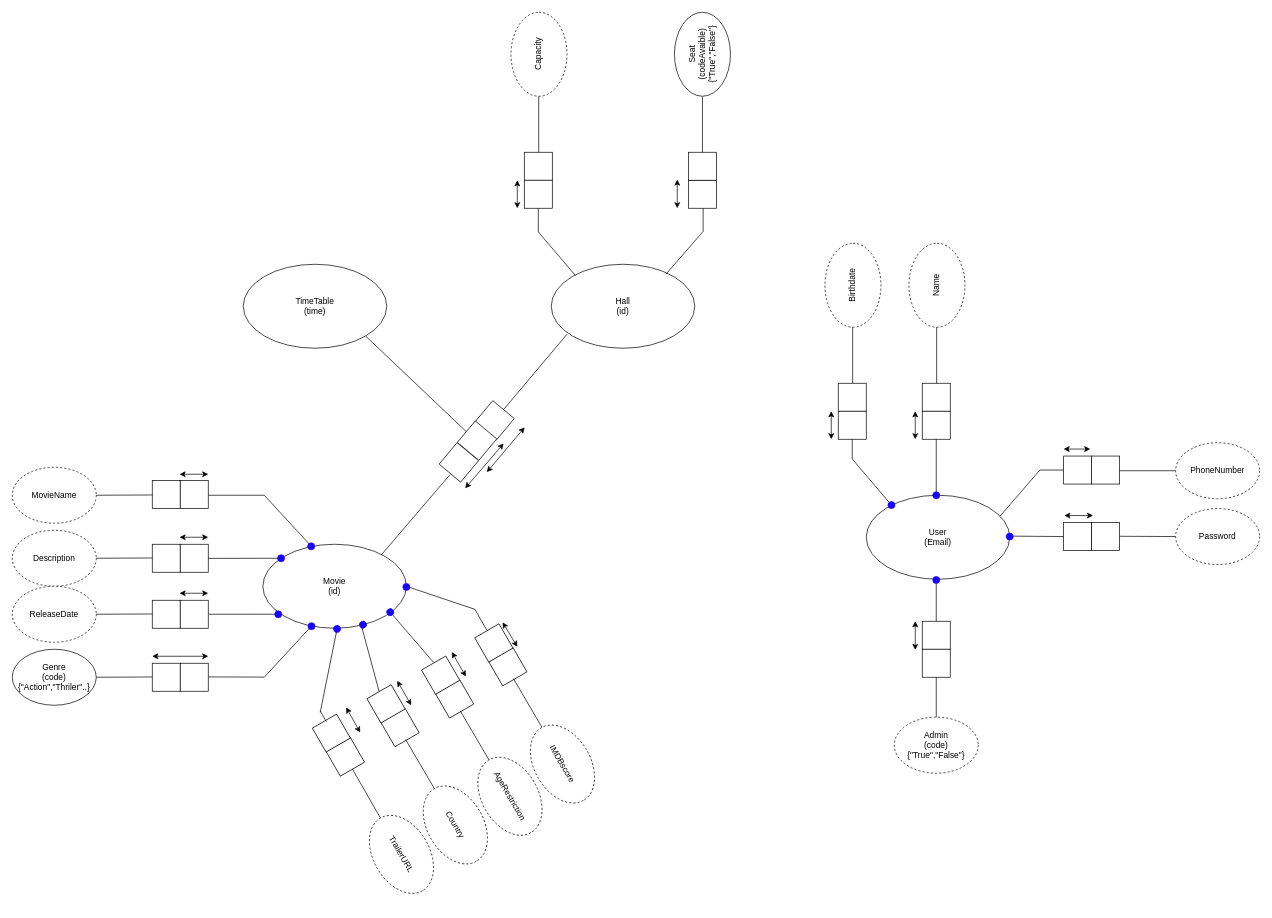
Earlier version of the draw.io diagram ORM/cliMAX-ORM.drawio (Eduart2001/LINFO1212-2022-PF07). Source tidied: cells renumbered, new cells numbered last; positions are measured from the earlier drawing's top-left corner, leaving out a move shared by most shapes. Both pictures are drawn from the tidied source at 70%, with x=0, y=0 at pixel (12, 26).
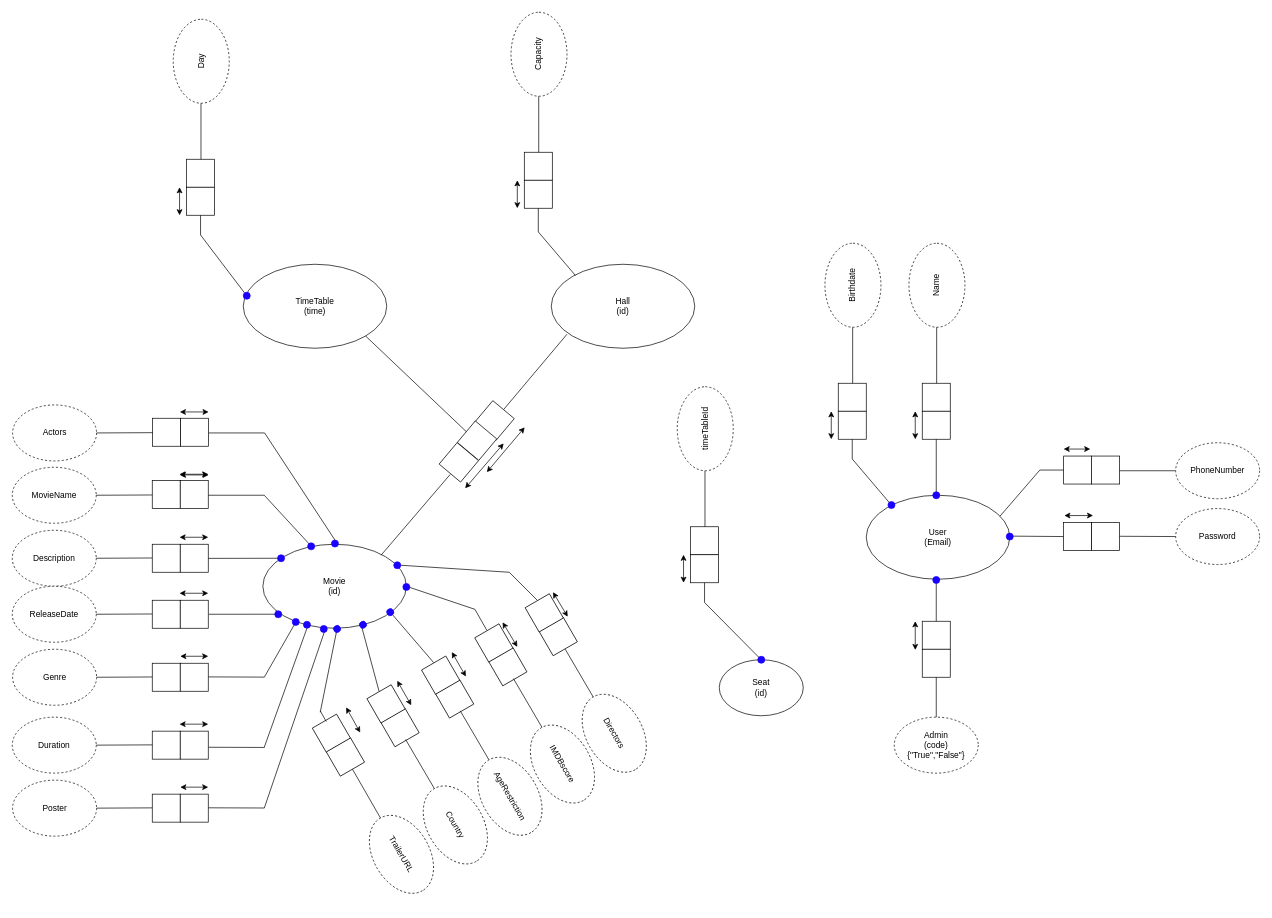
The same page after the edit.

Unchanged cells that the change refers to:
```xml
<mxCell id="2" value="Movie&lt;br&gt;(id)" style="ellipse;whiteSpace=wrap;html=1;" parent="1" vertex="1">
  <mxGeometry x="358" y="740" width="205" height="120" as="geometry" />
</mxCell>
```

The edit, as a diff of the source:
```diff
@@
-    <mxCell id="7" value="Genre&lt;br&gt;(code)&lt;br&gt;{&quot;Action&quot;,&quot;Thriler&quot;..}" style="ellipse;whiteSpace=wrap;html=1;" parent="1" vertex="1">
-      <mxGeometry y="890" width="120" height="80" as="geometry" />
-    </mxCell>
@@
     <mxCell id="17" style="endArrow=classic;startArrow=classic;html=1;rounded=0;" parent="1" edge="1">
       <mxGeometry relative="1" as="geometry">
-        <mxPoint x="200" y="900" as="sourcePoint" />
+        <mxPoint x="240" y="900" as="sourcePoint" />
         <mxPoint x="280" y="900" as="targetPoint" />
       </mxGeometry>
     </mxCell>
-    <mxCell id="18" style="endArrow=none;html=1;rounded=0;entryX=0.34;entryY=0.972;entryDx=0;entryDy=0;entryPerimeter=0;" parent="1" edge="1" target="2">
+    <mxCell id="18" style="endArrow=none;html=1;rounded=0;entryX=0.228;entryY=0.932;entryDx=0;entryDy=0;entryPerimeter=0;" parent="1" edge="1" target="2">
       <mxGeometry relative="1" as="geometry">
         <mxPoint x="360" y="930" as="sourcePoint" />
       </mxGeometry>
     </mxCell>
     <mxCell id="19" style="ellipse;whiteSpace=wrap;html=1;fillColor=#1900FF;strokeColor=#1900FF;" parent="1" vertex="1">
-      <mxGeometry x="422.5" y="852" width="10" height="10" as="geometry" />
+      <mxGeometry x="400" y="846" width="10" height="10" as="geometry" />
     </mxCell>
@@
-    <mxCell id="123" style="group;rotation=-90;" parent="1" vertex="1">
-      <mxGeometry x="946" y="200" width="80" height="40" as="geometry" />
-    </mxCell>
-    <mxCell id="124" style="rounded=0;whiteSpace=wrap;html=1;rotation=-90;" parent="123" vertex="1">
-      <mxGeometry x="20" y="20" width="40" height="40" as="geometry" />
-    </mxCell>
-    <mxCell id="125" style="rounded=0;whiteSpace=wrap;html=1;rotation=-90;" parent="123" vertex="1">
-      <mxGeometry x="20" y="-20" width="40" height="40" as="geometry" />
-    </mxCell>
-    <mxCell id="126" style="endArrow=none;html=1;rounded=0;entryX=0;entryY=0.5;entryDx=0;entryDy=0;exitX=1;exitY=0.5;exitDx=0;exitDy=0;" parent="1" edge="1" source="125">
-      <mxGeometry relative="1" as="geometry">
-        <mxPoint x="986" y="100" as="targetPoint" />
-      </mxGeometry>
-    </mxCell>
-    <mxCell id="127" style="group;rotation=-90;" parent="1" vertex="1">
-      <mxGeometry x="910" y="220" width="80" as="geometry" />
-    </mxCell>
-    <mxCell id="128" style="endArrow=classic;startArrow=classic;html=1;rounded=0;" parent="127" edge="1">
-      <mxGeometry relative="1" as="geometry">
-        <mxPoint x="40" y="40" as="sourcePoint" />
-        <mxPoint x="40" y="-1" as="targetPoint" />
-      </mxGeometry>
-    </mxCell>
-    <mxCell id="129" style="group;flipH=1;" parent="1" vertex="1">
-      <mxGeometry x="934" y="260" width="53" height="94" as="geometry" />
-    </mxCell>
-    <mxCell id="130" style="endArrow=none;html=1;rounded=0;startArrow=none;" parent="129" edge="1">
-      <mxGeometry relative="1" as="geometry">
-        <mxPoint y="94" as="sourcePoint" />
-        <mxPoint x="53" y="33.1" as="targetPoint" />
-      </mxGeometry>
-    </mxCell>
-    <mxCell id="131" style="endArrow=none;html=1;rounded=0;" parent="129" edge="1">
-      <mxGeometry relative="1" as="geometry">
-        <mxPoint x="53" y="33.3" as="sourcePoint" />
-        <mxPoint x="53" as="targetPoint" />
-      </mxGeometry>
-    </mxCell>
-    <mxCell id="132" value="Seat&lt;br&gt;(codeAvaible)&lt;br&gt;{&quot;True&quot;,&quot;False&quot;}" style="ellipse;whiteSpace=wrap;html=1;rotation=-90;" parent="1" vertex="1">
-      <mxGeometry x="926" width="120" height="80" as="geometry" />
+    <mxCell id="132" value="Seat&lt;br&gt;(id)" style="ellipse;whiteSpace=wrap;html=1;rotation=0;" parent="1" vertex="1">
+      <mxGeometry x="1010" y="905" width="120" height="80" as="geometry" />
     </mxCell>
@@
+    <mxCell id="146" style="endArrow=none;html=1;rounded=0;" parent="1" edge="1">
+      <mxGeometry relative="1" as="geometry">
+        <mxPoint x="360.5" y="581" as="sourcePoint" />
+        <mxPoint x="280.5" y="581" as="targetPoint" />
+      </mxGeometry>
+    </mxCell>
+    <mxCell id="147" style="group;" parent="1" vertex="1">
+      <mxGeometry x="200.5" y="560" width="80" height="40" as="geometry" />
+    </mxCell>
+    <mxCell id="148" style="rounded=0;whiteSpace=wrap;html=1;" parent="147" vertex="1">
+      <mxGeometry width="40" height="40" as="geometry" />
+    </mxCell>
+    <mxCell id="149" style="rounded=0;whiteSpace=wrap;html=1;" parent="147" vertex="1">
+      <mxGeometry x="40" width="40" height="40" as="geometry" />
+    </mxCell>
+    <mxCell id="150" value="Actors" style="ellipse;whiteSpace=wrap;html=1;dashed=1;" parent="1" vertex="1">
+      <mxGeometry x="0.5" y="541" width="120" height="80" as="geometry" />
+    </mxCell>
+    <mxCell id="151" style="endArrow=none;html=1;rounded=0;" parent="1" edge="1">
+      <mxGeometry relative="1" as="geometry">
+        <mxPoint x="200.5" y="580.6" as="sourcePoint" />
+        <mxPoint x="120.5" y="581" as="targetPoint" />
+      </mxGeometry>
+    </mxCell>
+    <mxCell id="152" style="endArrow=none;html=1;rounded=0;startArrow=none;exitX=0.5;exitY=0;exitDx=0;exitDy=0;" parent="1" edge="1" source="155">
+      <mxGeometry relative="1" as="geometry">
+        <mxPoint x="360.5" y="581" as="targetPoint" />
+      </mxGeometry>
+    </mxCell>
+    <mxCell id="153" style="endArrow=classic;startArrow=classic;html=1;rounded=0;" parent="1" edge="1">
+      <mxGeometry relative="1" as="geometry">
+        <mxPoint x="239.5" y="551" as="sourcePoint" />
+        <mxPoint x="280.5" y="551" as="targetPoint" />
+      </mxGeometry>
+    </mxCell>
+    <mxCell id="154" style="endArrow=classic;startArrow=classic;html=1;rounded=0;" parent="1" edge="1">
+      <mxGeometry relative="1" as="geometry">
+        <mxPoint x="239.5" y="641" as="sourcePoint" />
+        <mxPoint x="280.5" y="641" as="targetPoint" />
+      </mxGeometry>
+    </mxCell>
+    <mxCell id="155" style="ellipse;whiteSpace=wrap;html=1;fillColor=#1900FF;strokeColor=#1900FF;" parent="1" vertex="1">
+      <mxGeometry x="456" y="734" width="10" height="10" as="geometry" />
+    </mxCell>
+    <mxCell id="156" style="group;rotation=-120;" parent="1" vertex="1">
+      <mxGeometry x="730" y="835" width="80" height="40" as="geometry" />
+    </mxCell>
+    <mxCell id="157" style="rounded=0;whiteSpace=wrap;html=1;rotation=-120;" parent="156" vertex="1">
+      <mxGeometry x="30" y="17" width="40" height="40" as="geometry" />
+    </mxCell>
+    <mxCell id="158" style="rounded=0;whiteSpace=wrap;html=1;rotation=-120;" parent="156" vertex="1">
+      <mxGeometry x="10" y="-17" width="40" height="40" as="geometry" />
+    </mxCell>
+    <mxCell id="159" style="endArrow=none;html=1;rounded=0;entryX=0;entryY=0.5;entryDx=0;entryDy=0;exitX=1;exitY=0.5;exitDx=0;exitDy=0;" parent="1" edge="1">
+      <mxGeometry relative="1" as="geometry">
+        <mxPoint x="790" y="890" as="sourcePoint" />
+        <mxPoint x="831" y="960" as="targetPoint" />
+      </mxGeometry>
+    </mxCell>
+    <mxCell id="160" style="endArrow=classic;startArrow=classic;html=1;rounded=0;" parent="1" edge="1">
+      <mxGeometry relative="1" as="geometry">
+        <mxPoint x="772.5" y="808.5" as="sourcePoint" />
+        <mxPoint x="793.5" y="843.5" as="targetPoint" />
+      </mxGeometry>
+    </mxCell>
+    <mxCell id="161" style="endArrow=none;html=1;rounded=0;" parent="1" edge="1">
+      <mxGeometry relative="1" as="geometry">
+        <mxPoint x="710" y="780" as="sourcePoint" />
+        <mxPoint x="750" y="820" as="targetPoint" />
+      </mxGeometry>
+    </mxCell>
+    <mxCell id="162" value="Directors" style="ellipse;whiteSpace=wrap;html=1;rotation=-300;dashed=1;" parent="1" vertex="1">
+      <mxGeometry x="800" y="970" width="120" height="80" as="geometry" />
+    </mxCell>
+    <mxCell id="163" style="endArrow=none;html=1;rounded=0;startArrow=none;exitX=0;exitY=0.5;exitDx=0;exitDy=0;" parent="1" edge="1" source="164">
+      <mxGeometry relative="1" as="geometry">
+        <mxPoint x="710" y="780" as="targetPoint" />
+      </mxGeometry>
+    </mxCell>
+    <mxCell id="164" style="ellipse;whiteSpace=wrap;html=1;fillColor=#1900FF;strokeColor=#1900FF;rotation=-180;" parent="1" vertex="1">
+      <mxGeometry x="545" y="765" width="10" height="10" as="geometry" />
+    </mxCell>
+    <mxCell id="165" value="Genre" style="ellipse;whiteSpace=wrap;html=1;dashed=1;" parent="1" vertex="1">
+      <mxGeometry x="0.5" y="890" width="120" height="80" as="geometry" />
+    </mxCell>
+    <mxCell id="166" style="endArrow=none;html=1;rounded=0;" parent="1" edge="1">
+      <mxGeometry relative="1" as="geometry">
+        <mxPoint x="360" y="1116.8" as="sourcePoint" />
+        <mxPoint x="280" y="1116.5" as="targetPoint" />
+      </mxGeometry>
+    </mxCell>
+    <mxCell id="167" style="group;" parent="1" vertex="1">
+      <mxGeometry x="200" y="1097" width="80" height="40" as="geometry" />
+    </mxCell>
+    <mxCell id="168" style="rounded=0;whiteSpace=wrap;html=1;" parent="167" vertex="1">
+      <mxGeometry width="40" height="40" as="geometry" />
+    </mxCell>
+    <mxCell id="169" style="rounded=0;whiteSpace=wrap;html=1;" parent="167" vertex="1">
+      <mxGeometry x="40" width="40" height="40" as="geometry" />
+    </mxCell>
+    <mxCell id="170" style="endArrow=none;html=1;rounded=0;" parent="1" edge="1">
+      <mxGeometry relative="1" as="geometry">
+        <mxPoint x="200" y="1116.6" as="sourcePoint" />
+        <mxPoint x="120" y="1117" as="targetPoint" />
+      </mxGeometry>
+    </mxCell>
+    <mxCell id="171" style="endArrow=classic;startArrow=classic;html=1;rounded=0;" parent="1" edge="1">
+      <mxGeometry relative="1" as="geometry">
+        <mxPoint x="240" y="1087" as="sourcePoint" />
+        <mxPoint x="280" y="1087" as="targetPoint" />
+      </mxGeometry>
+    </mxCell>
+    <mxCell id="172" style="endArrow=none;html=1;rounded=0;entryX=1;entryY=0;entryDx=0;entryDy=0;" parent="1" edge="1" target="173">
+      <mxGeometry relative="1" as="geometry">
+        <mxPoint x="360" y="1117" as="sourcePoint" />
+      </mxGeometry>
+    </mxCell>
+    <mxCell id="173" style="ellipse;whiteSpace=wrap;html=1;fillColor=#1900FF;strokeColor=#1900FF;" parent="1" vertex="1">
+      <mxGeometry x="440" y="856" width="10" height="10" as="geometry" />
+    </mxCell>
+    <mxCell id="174" style="group;" parent="1" vertex="1">
+      <mxGeometry x="200" y="1007" width="80" height="40" as="geometry" />
+    </mxCell>
+    <mxCell id="175" style="rounded=0;whiteSpace=wrap;html=1;" parent="174" vertex="1">
+      <mxGeometry width="40" height="40" as="geometry" />
+    </mxCell>
+    <mxCell id="176" style="rounded=0;whiteSpace=wrap;html=1;" parent="174" vertex="1">
+      <mxGeometry x="40" width="40" height="40" as="geometry" />
+    </mxCell>
+    <mxCell id="177" value="Duration" style="ellipse;whiteSpace=wrap;html=1;dashed=1;" parent="1" vertex="1">
+      <mxGeometry y="987" width="120" height="80" as="geometry" />
+    </mxCell>
+    <mxCell id="178" style="endArrow=none;html=1;rounded=0;" parent="1" edge="1">
+      <mxGeometry relative="1" as="geometry">
+        <mxPoint x="200" y="1026.6" as="sourcePoint" />
+        <mxPoint x="120" y="1027" as="targetPoint" />
+      </mxGeometry>
+    </mxCell>
+    <mxCell id="179" style="endArrow=classic;startArrow=classic;html=1;rounded=0;" parent="1" edge="1">
+      <mxGeometry relative="1" as="geometry">
+        <mxPoint x="239" y="997" as="sourcePoint" />
+        <mxPoint x="280" y="997" as="targetPoint" />
+      </mxGeometry>
+    </mxCell>
+    <mxCell id="180" style="ellipse;whiteSpace=wrap;html=1;fillColor=#1900FF;strokeColor=#1900FF;" parent="1" vertex="1">
+      <mxGeometry x="416" y="850" width="10" height="10" as="geometry" />
+    </mxCell>
+    <mxCell id="181" value="Poster" style="ellipse;whiteSpace=wrap;html=1;dashed=1;" parent="1" vertex="1">
+      <mxGeometry x="0.5" y="1077" width="120" height="80" as="geometry" />
+    </mxCell>
+    <mxCell id="182" style="endArrow=none;html=1;rounded=0;" parent="1" edge="1">
+      <mxGeometry relative="1" as="geometry">
+        <mxPoint x="360.5" y="1030.3" as="sourcePoint" />
+        <mxPoint x="280.5" y="1030" as="targetPoint" />
+      </mxGeometry>
+    </mxCell>
+    <mxCell id="183" style="endArrow=none;html=1;rounded=0;entryX=0.5;entryY=1;entryDx=0;entryDy=0;" parent="1" edge="1" target="180">
+      <mxGeometry relative="1" as="geometry">
+        <mxPoint x="360" y="1030" as="sourcePoint" />
+      </mxGeometry>
+    </mxCell>
+    <mxCell id="184" style="group;rotation=90;" parent="1" vertex="1">
+      <mxGeometry x="949" y="735" width="80" height="40" as="geometry" />
+    </mxCell>
+    <mxCell id="185" style="rounded=0;whiteSpace=wrap;html=1;rotation=90;" parent="184" vertex="1">
+      <mxGeometry x="20" y="-20" width="40" height="40" as="geometry" />
+    </mxCell>
+    <mxCell id="186" style="rounded=0;whiteSpace=wrap;html=1;rotation=90;" parent="184" vertex="1">
+      <mxGeometry x="20" y="20" width="40" height="40" as="geometry" />
+    </mxCell>
+    <mxCell id="187" style="endArrow=none;html=1;rounded=0;entryX=0;entryY=0.5;entryDx=0;entryDy=0;exitX=1;exitY=0.5;exitDx=0;exitDy=0;" parent="1" edge="1">
+      <mxGeometry relative="1" as="geometry">
+        <mxPoint x="989.6" y="715" as="sourcePoint" />
+        <mxPoint x="989.6" y="635" as="targetPoint" />
+      </mxGeometry>
+    </mxCell>
+    <mxCell id="188" style="endArrow=classic;startArrow=classic;html=1;rounded=0;" parent="1" edge="1">
+      <mxGeometry relative="1" as="geometry">
+        <mxPoint x="959" y="795" as="sourcePoint" />
+        <mxPoint x="959" y="755" as="targetPoint" />
+      </mxGeometry>
+    </mxCell>
+    <mxCell id="189" value="timeTableId" style="ellipse;whiteSpace=wrap;html=1;rotation=-90;dashed=1;" parent="1" vertex="1">
+      <mxGeometry x="930" y="535" width="120" height="80" as="geometry" />
+    </mxCell>
+    <mxCell id="190" style="group;" parent="1" vertex="1">
+      <mxGeometry x="989" y="795" width="50" height="80" as="geometry" />
+    </mxCell>
+    <mxCell id="191" style="endArrow=none;html=1;rounded=0;startArrow=none;" parent="190" edge="1" source="193">
+      <mxGeometry relative="1" as="geometry">
+        <mxPoint y="28.2" as="targetPoint" />
+      </mxGeometry>
+    </mxCell>
+    <mxCell id="192" style="endArrow=none;html=1;rounded=0;" parent="190" edge="1">
+      <mxGeometry relative="1" as="geometry">
+        <mxPoint y="28.3" as="sourcePoint" />
+        <mxPoint as="targetPoint" />
+      </mxGeometry>
+    </mxCell>
+    <mxCell id="193" style="ellipse;whiteSpace=wrap;html=1;fillColor=#1900FF;strokeColor=#1900FF;" parent="1" vertex="1">
+      <mxGeometry x="1065" y="900" width="10" height="10" as="geometry" />
+    </mxCell>
+    <mxCell id="194" style="group;rotation=90;" parent="1" vertex="1">
+      <mxGeometry x="229" y="210" width="80" height="40" as="geometry" />
+    </mxCell>
+    <mxCell id="195" style="rounded=0;whiteSpace=wrap;html=1;rotation=90;" parent="194" vertex="1">
+      <mxGeometry x="20" y="-20" width="40" height="40" as="geometry" />
+    </mxCell>
+    <mxCell id="196" style="rounded=0;whiteSpace=wrap;html=1;rotation=90;" parent="194" vertex="1">
+      <mxGeometry x="20" y="20" width="40" height="40" as="geometry" />
+    </mxCell>
+    <mxCell id="197" style="endArrow=none;html=1;rounded=0;entryX=0;entryY=0.5;entryDx=0;entryDy=0;exitX=1;exitY=0.5;exitDx=0;exitDy=0;" parent="1" edge="1">
+      <mxGeometry relative="1" as="geometry">
+        <mxPoint x="269.6" y="190" as="sourcePoint" />
+        <mxPoint x="269.6" y="110" as="targetPoint" />
+      </mxGeometry>
+    </mxCell>
+    <mxCell id="198" style="endArrow=classic;startArrow=classic;html=1;rounded=0;" parent="1" edge="1">
+      <mxGeometry relative="1" as="geometry">
+        <mxPoint x="239" y="270" as="sourcePoint" />
+        <mxPoint x="239" y="230" as="targetPoint" />
+      </mxGeometry>
+    </mxCell>
+    <mxCell id="199" value="Day" style="ellipse;whiteSpace=wrap;html=1;rotation=-90;dashed=1;" parent="1" vertex="1">
+      <mxGeometry x="210" y="10" width="120" height="80" as="geometry" />
+    </mxCell>
+    <mxCell id="200" style="group;" parent="1" vertex="1">
+      <mxGeometry x="269" y="270" width="50" height="80" as="geometry" />
+    </mxCell>
+    <mxCell id="201" style="endArrow=none;html=1;rounded=0;startArrow=none;" parent="200" edge="1" source="203">
+      <mxGeometry relative="1" as="geometry">
+        <mxPoint y="28.2" as="targetPoint" />
+      </mxGeometry>
+    </mxCell>
+    <mxCell id="202" style="endArrow=none;html=1;rounded=0;" parent="200" edge="1">
+      <mxGeometry relative="1" as="geometry">
+        <mxPoint y="28.3" as="sourcePoint" />
+        <mxPoint as="targetPoint" />
+      </mxGeometry>
+    </mxCell>
+    <mxCell id="203" style="ellipse;whiteSpace=wrap;html=1;fillColor=#1900FF;strokeColor=#1900FF;" parent="1" vertex="1">
+      <mxGeometry x="330" y="380" width="10" height="10" as="geometry" />
+    </mxCell>
```
